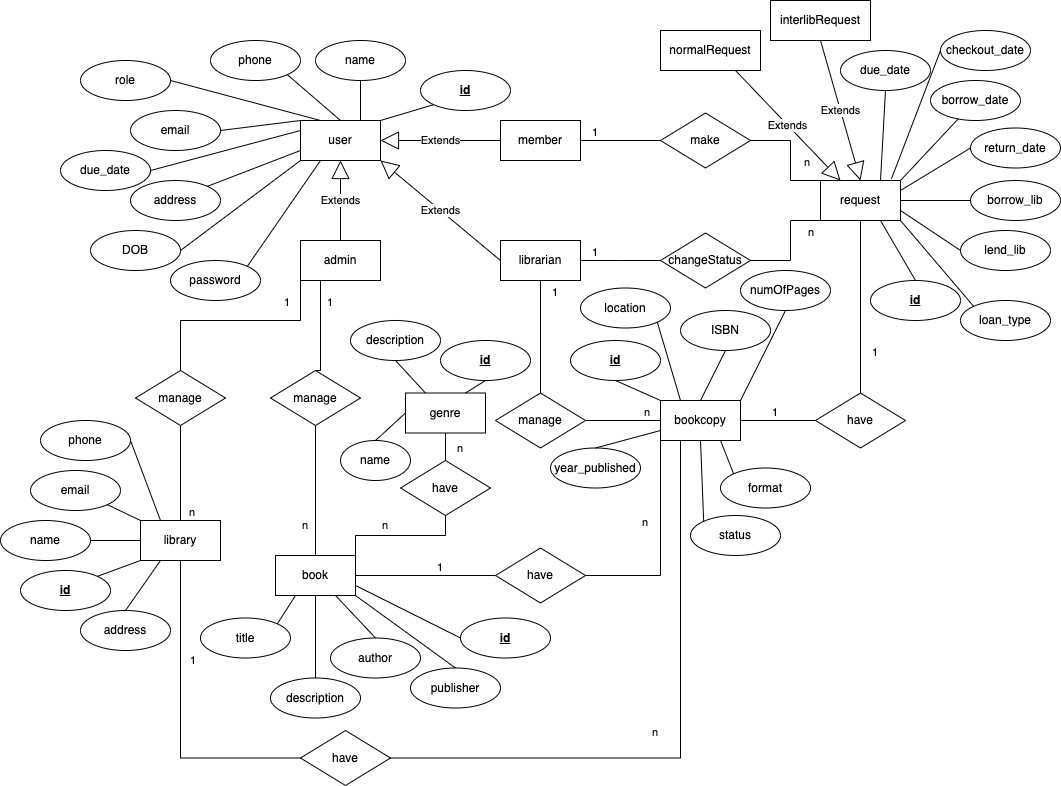
This is diagrams/ERD.png from hakudan201/DO_AN, a draw.io export, as it was before one commit. Source tidied: cells renumbered, new cells last; positions are measured from the earlier drawing's top-left corner, leaving out a move shared by most shapes.
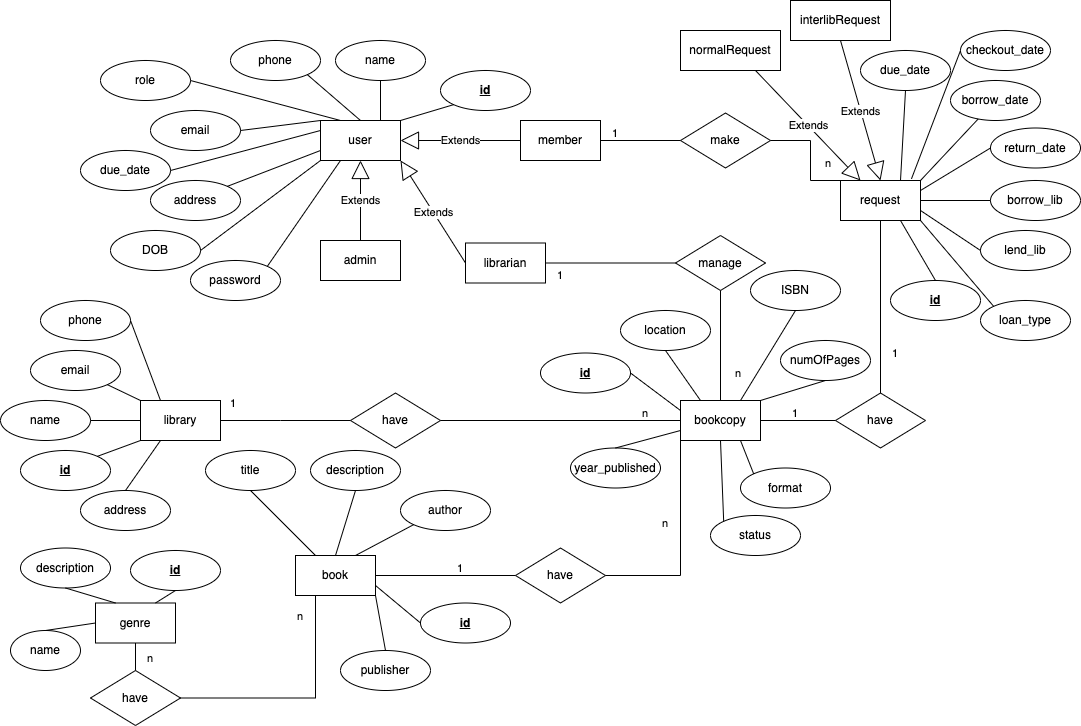
The same file after the commit.

Change to the diagram source:
```diff
@@ -11,3 +11,3 @@
     <mxCell id="4" value="librarian" style="rounded=0;whiteSpace=wrap;html=1;" parent="1" vertex="1">
-      <mxGeometry x="500" y="240" width="80" height="40" as="geometry" />
+      <mxGeometry x="445" y="242.5" width="80" height="40" as="geometry" />
     </mxCell>
@@ -53,3 +53,3 @@
     <mxCell id="18" value="author" style="ellipse;whiteSpace=wrap;html=1;" parent="1" vertex="1">
-      <mxGeometry x="330" y="637.5" width="90" height="40" as="geometry" />
+      <mxGeometry x="380" y="490" width="90" height="40" as="geometry" />
     </mxCell>
@@ -99,5 +99,2 @@
     </mxCell>
-    <mxCell id="33" value="changeStatus" style="rhombus;whiteSpace=wrap;html=1;" parent="1" vertex="1">
-      <mxGeometry x="660" y="232.5" width="90" height="55" as="geometry" />
-    </mxCell>
     <mxCell id="34" style="endArrow=none;html=1;edgeStyle=orthogonalEdgeStyle;rounded=0;exitX=1;exitY=0.5;exitDx=0;exitDy=0;entryX=0;entryY=0.5;entryDx=0;entryDy=0;" parent="1" edge="1" source="3" target="32">
@@ -110,46 +107,2 @@
     </mxCell>
-    <mxCell id="36" style="endArrow=none;html=1;edgeStyle=orthogonalEdgeStyle;rounded=0;" parent="1" edge="1" source="4">
-      <mxGeometry relative="1" as="geometry">
-        <mxPoint x="660" y="260" as="targetPoint" />
-      </mxGeometry>
-    </mxCell>
-    <mxCell id="37" value="1" style="edgeLabel;html=1;align=left;verticalAlign=bottom;" parent="36" vertex="1">
-      <mxGeometry x="-1" relative="1" as="geometry">
-        <mxPoint x="10" as="offset" />
-      </mxGeometry>
-    </mxCell>
-    <mxCell id="38" style="endArrow=none;html=1;edgeStyle=orthogonalEdgeStyle;rounded=0;exitX=1;exitY=0.5;exitDx=0;exitDy=0;entryX=0.25;entryY=1;entryDx=0;entryDy=0;" parent="1" edge="1" source="33" target="31">
-      <mxGeometry relative="1" as="geometry">
-        <Array as="points">
-          <mxPoint x="790" y="260" />
-          <mxPoint x="790" y="220" />
-        </Array>
-      </mxGeometry>
-    </mxCell>
-    <mxCell id="39" value="n" style="edgeLabel;html=1;align=right;verticalAlign=bottom;" parent="38" vertex="1">
-      <mxGeometry x="1" relative="1" as="geometry">
-        <mxPoint x="-26" y="20" as="offset" />
-      </mxGeometry>
-    </mxCell>
-    <mxCell id="40" style="endArrow=none;html=1;edgeStyle=orthogonalEdgeStyle;rounded=0;exitX=0.5;exitY=0;exitDx=0;exitDy=0;entryX=0;entryY=1;entryDx=0;entryDy=0;" parent="1" edge="1" source="55" target="5">
-      <mxGeometry relative="1" as="geometry">
-        <Array as="points">
-          <mxPoint x="180" y="320" />
-          <mxPoint x="300" y="320" />
-        </Array>
-      </mxGeometry>
-    </mxCell>
-    <mxCell id="41" value="1" style="edgeLabel;html=1;align=right;verticalAlign=bottom;" parent="40" vertex="1">
-      <mxGeometry x="1" relative="1" as="geometry">
-        <mxPoint x="-10" y="30" as="offset" />
-      </mxGeometry>
-    </mxCell>
-    <mxCell id="42" style="endArrow=none;html=1;edgeStyle=orthogonalEdgeStyle;rounded=0;exitX=0.5;exitY=1;exitDx=0;exitDy=0;entryX=0.5;entryY=0;entryDx=0;entryDy=0;" parent="1" edge="1" source="55" target="57">
-      <mxGeometry relative="1" as="geometry" />
-    </mxCell>
-    <mxCell id="43" value="n" style="edgeLabel;html=1;align=right;verticalAlign=bottom;" parent="42" vertex="1">
-      <mxGeometry x="1" relative="1" as="geometry">
-        <mxPoint x="15" as="offset" />
-      </mxGeometry>
-    </mxCell>
     <mxCell id="44" style="endArrow=none;html=1;edgeStyle=orthogonalEdgeStyle;rounded=0;entryX=0.5;entryY=0;entryDx=0;entryDy=0;" parent="1" edge="1">
@@ -173,6 +126,6 @@
     <mxCell id="47" value="title" style="ellipse;whiteSpace=wrap;html=1;" parent="1" vertex="1">
-      <mxGeometry x="200" y="617.5" width="90" height="40" as="geometry" />
+      <mxGeometry x="185" y="450" width="90" height="40" as="geometry" />
     </mxCell>
     <mxCell id="48" value="name" style="ellipse;whiteSpace=wrap;html=1;" parent="1" vertex="1">
-      <mxGeometry y="520" width="90" height="40" as="geometry" />
+      <mxGeometry x="-20" y="400" width="90" height="40" as="geometry" />
     </mxCell>
@@ -198,52 +151,48 @@
     </mxCell>
-    <mxCell id="55" value="manage" style="rhombus;whiteSpace=wrap;html=1;" parent="1" vertex="1">
-      <mxGeometry x="135" y="370" width="90" height="55" as="geometry" />
-    </mxCell>
-    <mxCell id="56" value="manage" style="rhombus;whiteSpace=wrap;html=1;" parent="1" vertex="1">
-      <mxGeometry x="270" y="370" width="90" height="55" as="geometry" />
-    </mxCell>
     <mxCell id="57" value="library" style="rounded=0;whiteSpace=wrap;html=1;" parent="1" vertex="1">
-      <mxGeometry x="140" y="520" width="80" height="40" as="geometry" />
+      <mxGeometry x="120" y="400" width="80" height="40" as="geometry" />
     </mxCell>
     <mxCell id="58" value="&lt;u&gt;&lt;b&gt;id&lt;/b&gt;&lt;/u&gt;" style="ellipse;whiteSpace=wrap;html=1;" parent="1" vertex="1">
-      <mxGeometry x="20" y="570" width="90" height="40" as="geometry" />
+      <mxGeometry y="450" width="90" height="40" as="geometry" />
     </mxCell>
     <mxCell id="59" value="email" style="ellipse;whiteSpace=wrap;html=1;" parent="1" vertex="1">
-      <mxGeometry x="30" y="470" width="90" height="40" as="geometry" />
+      <mxGeometry x="10" y="350" width="90" height="40" as="geometry" />
     </mxCell>
     <mxCell id="60" value="phone" style="ellipse;whiteSpace=wrap;html=1;" parent="1" vertex="1">
-      <mxGeometry x="40" y="420" width="90" height="40" as="geometry" />
+      <mxGeometry x="20" y="300" width="90" height="40" as="geometry" />
     </mxCell>
     <mxCell id="61" value="address" style="ellipse;whiteSpace=wrap;html=1;" parent="1" vertex="1">
-      <mxGeometry x="80" y="610" width="90" height="40" as="geometry" />
+      <mxGeometry x="60" y="490" width="90" height="40" as="geometry" />
     </mxCell>
-    <mxCell id="62" style="endArrow=none;html=1;rounded=0;exitX=1;exitY=0.5;exitDx=0;exitDy=0;entryX=0.25;entryY=0;entryDx=0;entryDy=0;" parent="1" edge="1" source="60" target="57">
-      <mxGeometry relative="1" as="geometry" />
+    <mxCell id="62" style="endArrow=none;html=1;rounded=0;exitX=1;exitY=0.5;exitDx=0;exitDy=0;entryX=0.25;entryY=0;entryDx=0;entryDy=0;" parent="1" edge="1" source="60">
+      <mxGeometry relative="1" as="geometry">
+        <mxPoint x="140" y="400" as="targetPoint" />
+      </mxGeometry>
     </mxCell>
-    <mxCell id="63" style="endArrow=none;html=1;rounded=0;exitX=1;exitY=1;exitDx=0;exitDy=0;entryX=0;entryY=0;entryDx=0;entryDy=0;" parent="1" edge="1" source="59" target="57">
-      <mxGeometry relative="1" as="geometry" />
+    <mxCell id="63" style="endArrow=none;html=1;rounded=0;exitX=1;exitY=1;exitDx=0;exitDy=0;entryX=0;entryY=0;entryDx=0;entryDy=0;" parent="1" edge="1" source="59">
+      <mxGeometry relative="1" as="geometry">
+        <mxPoint x="120" y="400" as="targetPoint" />
+      </mxGeometry>
     </mxCell>
-    <mxCell id="64" style="endArrow=none;html=1;rounded=0;exitX=0;exitY=0.5;exitDx=0;exitDy=0;entryX=1;entryY=0.5;entryDx=0;entryDy=0;" parent="1" edge="1" source="57" target="48">
-      <mxGeometry relative="1" as="geometry" />
+    <mxCell id="64" style="endArrow=none;html=1;rounded=0;exitX=0;exitY=0.5;exitDx=0;exitDy=0;entryX=1;entryY=0.5;entryDx=0;entryDy=0;" parent="1" edge="1" target="48">
+      <mxGeometry relative="1" as="geometry">
+        <mxPoint x="120" y="420" as="sourcePoint" />
+      </mxGeometry>
     </mxCell>
-    <mxCell id="65" style="endArrow=none;html=1;rounded=0;exitX=0;exitY=1;exitDx=0;exitDy=0;entryX=1;entryY=0;entryDx=0;entryDy=0;" parent="1" edge="1" source="57" target="58">
-      <mxGeometry relative="1" as="geometry" />
+    <mxCell id="65" style="endArrow=none;html=1;rounded=0;exitX=0;exitY=1;exitDx=0;exitDy=0;entryX=1;entryY=0;entryDx=0;entryDy=0;" parent="1" edge="1" target="58">
+      <mxGeometry relative="1" as="geometry">
+        <mxPoint x="120" y="440" as="sourcePoint" />
+      </mxGeometry>
     </mxCell>
-    <mxCell id="66" style="endArrow=none;html=1;rounded=0;exitX=0.5;exitY=0;exitDx=0;exitDy=0;entryX=0.25;entryY=1;entryDx=0;entryDy=0;" parent="1" edge="1" source="61" target="57">
-      <mxGeometry relative="1" as="geometry" />
+    <mxCell id="66" style="endArrow=none;html=1;rounded=0;exitX=0.5;exitY=0;exitDx=0;exitDy=0;entryX=0.25;entryY=1;entryDx=0;entryDy=0;" parent="1" edge="1" source="61">
+      <mxGeometry relative="1" as="geometry">
+        <mxPoint x="140" y="440" as="targetPoint" />
+      </mxGeometry>
     </mxCell>
-    <mxCell id="67" style="endArrow=none;html=1;edgeStyle=orthogonalEdgeStyle;rounded=0;exitX=0.25;exitY=1;exitDx=0;exitDy=0;entryX=0.5;entryY=0;entryDx=0;entryDy=0;" parent="1" edge="1" source="5" target="56">
-      <mxGeometry relative="1" as="geometry">
-        <Array as="points">
-          <mxPoint x="320" y="370" />
-        </Array>
-      </mxGeometry>
-    </mxCell>
-    <mxCell id="68" value="1" style="edgeLabel;html=1;align=left;verticalAlign=bottom;" parent="67" vertex="1">
-      <mxGeometry x="-1" relative="1" as="geometry">
-        <mxPoint x="5" y="30" as="offset" />
-      </mxGeometry>
-    </mxCell>
-    <mxCell id="69" style="endArrow=none;html=1;edgeStyle=orthogonalEdgeStyle;rounded=0;exitX=1;exitY=0.5;exitDx=0;exitDy=0;entryX=0;entryY=0.5;entryDx=0;entryDy=0;" parent="1" edge="1" source="86" target="84">
-      <mxGeometry relative="1" as="geometry" />
+    <mxCell id="69" style="endArrow=none;html=1;edgeStyle=orthogonalEdgeStyle;rounded=0;exitX=0.5;exitY=1;exitDx=0;exitDy=0;entryX=0.5;entryY=0;entryDx=0;entryDy=0;" parent="1" edge="1" source="86" target="84">
+      <mxGeometry relative="1" as="geometry">
+        <Array as="points">
+          <mxPoint x="700" y="285" />
+        </Array>
+      </mxGeometry>
     </mxCell>
@@ -251,3 +200,3 @@
       <mxGeometry x="1" relative="1" as="geometry">
-        <mxPoint x="-10" as="offset" />
+        <mxPoint x="20" y="-20" as="offset" />
       </mxGeometry>
@@ -258,12 +207,16 @@
     <mxCell id="72" value="publisher" style="ellipse;whiteSpace=wrap;html=1;" parent="1" vertex="1">
-      <mxGeometry x="410" y="667.5" width="90" height="40" as="geometry" />
+      <mxGeometry x="320" y="650" width="90" height="40" as="geometry" />
     </mxCell>
     <mxCell id="73" value="description" style="ellipse;whiteSpace=wrap;html=1;" parent="1" vertex="1">
-      <mxGeometry x="270" y="677.5" width="90" height="40" as="geometry" />
+      <mxGeometry x="290" y="450" width="90" height="40" as="geometry" />
     </mxCell>
     <mxCell id="74" value="&lt;u&gt;&lt;b&gt;id&lt;/b&gt;&lt;/u&gt;" style="ellipse;whiteSpace=wrap;html=1;" parent="1" vertex="1">
-      <mxGeometry x="460" y="617.5" width="90" height="40" as="geometry" />
+      <mxGeometry x="400" y="602.5" width="90" height="40" as="geometry" />
     </mxCell>
-    <mxCell id="75" style="endArrow=none;html=1;edgeStyle=orthogonalEdgeStyle;rounded=0;exitX=0.5;exitY=1;exitDx=0;exitDy=0;entryX=0.5;entryY=0;entryDx=0;entryDy=0;" parent="1" edge="1" source="4" target="86">
-      <mxGeometry relative="1" as="geometry" />
+    <mxCell id="75" style="endArrow=none;html=1;edgeStyle=orthogonalEdgeStyle;rounded=0;exitX=1;exitY=0.5;exitDx=0;exitDy=0;entryX=0;entryY=0.5;entryDx=0;entryDy=0;" parent="1" edge="1" source="4" target="86">
+      <mxGeometry relative="1" as="geometry">
+        <Array as="points">
+          <mxPoint x="525" y="263" />
+        </Array>
+      </mxGeometry>
     </mxCell>
@@ -274,11 +227,3 @@
     </mxCell>
-    <mxCell id="77" style="endArrow=none;html=1;edgeStyle=orthogonalEdgeStyle;rounded=0;exitX=0.5;exitY=0;exitDx=0;exitDy=0;entryX=0.5;entryY=1;entryDx=0;entryDy=0;" parent="1" edge="1" source="71" target="56">
-      <mxGeometry relative="1" as="geometry" />
-    </mxCell>
-    <mxCell id="78" value="n" style="edgeLabel;html=1;align=left;verticalAlign=bottom;" parent="77" vertex="1">
-      <mxGeometry x="-1" relative="1" as="geometry">
-        <mxPoint x="-15" y="-22" as="offset" />
-      </mxGeometry>
-    </mxCell>
-    <mxCell id="79" style="endArrow=none;html=1;rounded=0;exitX=0.25;exitY=1;exitDx=0;exitDy=0;entryX=1;entryY=0;entryDx=0;entryDy=0;" parent="1" edge="1" source="71" target="47">
+    <mxCell id="79" style="endArrow=none;html=1;rounded=0;exitX=0.25;exitY=0;exitDx=0;exitDy=0;entryX=0.5;entryY=1;entryDx=0;entryDy=0;" parent="1" edge="1" source="71" target="47">
       <mxGeometry relative="1" as="geometry" />
@@ -288,6 +233,6 @@
     </mxCell>
-    <mxCell id="81" style="endArrow=none;html=1;rounded=0;exitX=0.75;exitY=1;exitDx=0;exitDy=0;entryX=0.5;entryY=0;entryDx=0;entryDy=0;" parent="1" edge="1" source="71" target="18">
+    <mxCell id="81" style="endArrow=none;html=1;rounded=0;exitX=0.75;exitY=0;exitDx=0;exitDy=0;entryX=0;entryY=1;entryDx=0;entryDy=0;" parent="1" edge="1" source="71" target="18">
       <mxGeometry relative="1" as="geometry" />
     </mxCell>
-    <mxCell id="82" style="endArrow=none;html=1;rounded=0;exitX=0.5;exitY=1;exitDx=0;exitDy=0;entryX=0.5;entryY=0;entryDx=0;entryDy=0;" parent="1" edge="1" source="71" target="73">
+    <mxCell id="82" style="endArrow=none;html=1;rounded=0;exitX=0.5;exitY=0;exitDx=0;exitDy=0;entryX=0.5;entryY=1;entryDx=0;entryDy=0;" parent="1" edge="1" source="71" target="73">
       <mxGeometry relative="1" as="geometry" />
@@ -301,12 +246,12 @@
     <mxCell id="85" value="genre" style="rounded=0;whiteSpace=wrap;html=1;" parent="1" vertex="1">
-      <mxGeometry x="405" y="392.5" width="80" height="40" as="geometry" />
+      <mxGeometry x="75" y="602.5" width="80" height="40" as="geometry" />
     </mxCell>
     <mxCell id="86" value="manage" style="rhombus;whiteSpace=wrap;html=1;" parent="1" vertex="1">
-      <mxGeometry x="495" y="392.5" width="90" height="55" as="geometry" />
+      <mxGeometry x="655" y="235" width="90" height="55" as="geometry" />
     </mxCell>
     <mxCell id="87" value="&lt;u&gt;&lt;b&gt;id&lt;/b&gt;&lt;/u&gt;" style="ellipse;whiteSpace=wrap;html=1;" parent="1" vertex="1">
-      <mxGeometry x="570" y="340" width="90" height="40" as="geometry" />
+      <mxGeometry x="520" y="352.5" width="90" height="40" as="geometry" />
     </mxCell>
     <mxCell id="88" value="description" style="ellipse;whiteSpace=wrap;html=1;" parent="1" vertex="1">
-      <mxGeometry x="350" y="320" width="90" height="40" as="geometry" />
+      <mxGeometry y="547.5" width="90" height="40" as="geometry" />
     </mxCell>
@@ -319,9 +264,9 @@
     <mxCell id="91" value="numOfPages" style="ellipse;whiteSpace=wrap;html=1;" parent="1" vertex="1">
-      <mxGeometry x="740" y="270" width="90" height="40" as="geometry" />
+      <mxGeometry x="760" y="340" width="90" height="40" as="geometry" />
     </mxCell>
     <mxCell id="92" value="ISBN" style="ellipse;whiteSpace=wrap;html=1;" parent="1" vertex="1">
-      <mxGeometry x="680" y="310" width="90" height="40" as="geometry" />
+      <mxGeometry x="730" y="270" width="90" height="40" as="geometry" />
     </mxCell>
     <mxCell id="93" value="location" style="ellipse;whiteSpace=wrap;html=1;" parent="1" vertex="1">
-      <mxGeometry x="580" y="287.5" width="90" height="40" as="geometry" />
+      <mxGeometry x="600" y="310" width="90" height="40" as="geometry" />
     </mxCell>
@@ -347,5 +292,5 @@
     <mxCell id="99" value="have" style="rhombus;whiteSpace=wrap;html=1;" parent="1" vertex="1">
-      <mxGeometry x="400" y="460" width="90" height="55" as="geometry" />
+      <mxGeometry x="70" y="670" width="90" height="55" as="geometry" />
     </mxCell>
-    <mxCell id="100" style="endArrow=none;html=1;edgeStyle=orthogonalEdgeStyle;rounded=0;exitX=1;exitY=0;exitDx=0;exitDy=0;entryX=0.5;entryY=1;entryDx=0;entryDy=0;" parent="1" edge="1" source="71" target="99">
+    <mxCell id="100" style="endArrow=none;html=1;edgeStyle=orthogonalEdgeStyle;rounded=0;exitX=0.25;exitY=1;exitDx=0;exitDy=0;entryX=1;entryY=0.5;entryDx=0;entryDy=0;" parent="1" edge="1" source="71" target="99">
       <mxGeometry relative="1" as="geometry" />
@@ -354,3 +299,3 @@
       <mxGeometry x="-1" relative="1" as="geometry">
-        <mxPoint x="25" y="-22" as="offset" />
+        <mxPoint x="-20" y="28" as="offset" />
       </mxGeometry>
@@ -366,5 +311,5 @@
     <mxCell id="104" value="&lt;u&gt;&lt;b&gt;id&lt;/b&gt;&lt;/u&gt;" style="ellipse;whiteSpace=wrap;html=1;" parent="1" vertex="1">
-      <mxGeometry x="440" y="340" width="90" height="40" as="geometry" />
+      <mxGeometry x="110" y="550" width="90" height="40" as="geometry" />
     </mxCell>
-    <mxCell id="105" style="endArrow=none;html=1;rounded=0;exitX=0.5;exitY=1;exitDx=0;exitDy=0;entryX=0;entryY=0;entryDx=0;entryDy=0;" parent="1" edge="1" source="87" target="84">
+    <mxCell id="105" style="endArrow=none;html=1;rounded=0;exitX=1;exitY=0.5;exitDx=0;exitDy=0;entryX=0;entryY=0.25;entryDx=0;entryDy=0;" parent="1" edge="1" source="87" target="84">
       <mxGeometry relative="1" as="geometry" />
@@ -374,6 +319,6 @@
     </mxCell>
-    <mxCell id="107" style="endArrow=none;html=1;rounded=0;exitX=0.5;exitY=1;exitDx=0;exitDy=0;entryX=0.5;entryY=0;entryDx=0;entryDy=0;" parent="1" edge="1" source="92" target="84">
+    <mxCell id="107" style="endArrow=none;html=1;rounded=0;exitX=0.5;exitY=1;exitDx=0;exitDy=0;entryX=0.75;entryY=0;entryDx=0;entryDy=0;" parent="1" edge="1" source="92" target="84">
       <mxGeometry relative="1" as="geometry" />
     </mxCell>
-    <mxCell id="108" style="endArrow=none;html=1;rounded=0;exitX=1;exitY=1;exitDx=0;exitDy=0;entryX=0.25;entryY=0;entryDx=0;entryDy=0;" parent="1" edge="1" source="93" target="84">
+    <mxCell id="108" style="endArrow=none;html=1;rounded=0;exitX=0.5;exitY=1;exitDx=0;exitDy=0;entryX=0.25;entryY=0;entryDx=0;entryDy=0;" parent="1" edge="1" source="93" target="84">
       <mxGeometry relative="1" as="geometry" />
@@ -412,9 +357,9 @@
     <mxCell id="118" value="have" style="rhombus;whiteSpace=wrap;html=1;" parent="1" vertex="1">
-      <mxGeometry x="300" y="730" width="90" height="55" as="geometry" />
+      <mxGeometry x="330" y="392.5" width="90" height="55" as="geometry" />
     </mxCell>
-    <mxCell id="119" style="endArrow=none;html=1;edgeStyle=orthogonalEdgeStyle;rounded=0;exitX=0;exitY=0.5;exitDx=0;exitDy=0;entryX=0.75;entryY=1;entryDx=0;entryDy=0;" parent="1" edge="1" source="118" target="57">
+    <mxCell id="119" style="endArrow=none;html=1;edgeStyle=orthogonalEdgeStyle;rounded=0;exitX=0;exitY=0.5;exitDx=0;exitDy=0;entryX=1;entryY=0.5;entryDx=0;entryDy=0;" parent="1" edge="1" source="118" target="57">
       <mxGeometry relative="1" as="geometry">
         <Array as="points">
-          <mxPoint x="180" y="758" />
-          <mxPoint x="180" y="560" />
+          <mxPoint x="260" y="420" />
+          <mxPoint x="260" y="420" />
         </Array>
@@ -424,6 +369,6 @@
       <mxGeometry x="1" relative="1" as="geometry">
-        <mxPoint x="-5" y="108" as="offset" />
+        <mxPoint x="15" y="-10" as="offset" />
       </mxGeometry>
     </mxCell>
-    <mxCell id="121" style="endArrow=none;html=1;edgeStyle=orthogonalEdgeStyle;rounded=0;exitX=0.25;exitY=1;exitDx=0;exitDy=0;entryX=1;entryY=0.5;entryDx=0;entryDy=0;" parent="1" edge="1" source="84" target="118">
+    <mxCell id="121" style="endArrow=none;html=1;edgeStyle=orthogonalEdgeStyle;rounded=0;exitX=0;exitY=0.5;exitDx=0;exitDy=0;entryX=1;entryY=0.5;entryDx=0;entryDy=0;" parent="1" edge="1" source="84" target="118">
       <mxGeometry relative="1" as="geometry" />
@@ -432,3 +377,3 @@
       <mxGeometry x="-1" relative="1" as="geometry">
-        <mxPoint x="-30" y="300" as="offset" />
+        <mxPoint x="-40" as="offset" />
       </mxGeometry>
@@ -442,3 +387,3 @@
     <mxCell id="125" value="name" style="ellipse;whiteSpace=wrap;html=1;" parent="1" vertex="1">
-      <mxGeometry x="340" y="440" width="70" height="40" as="geometry" />
+      <mxGeometry x="-10" y="630" width="70" height="40" as="geometry" />
     </mxCell>
```
